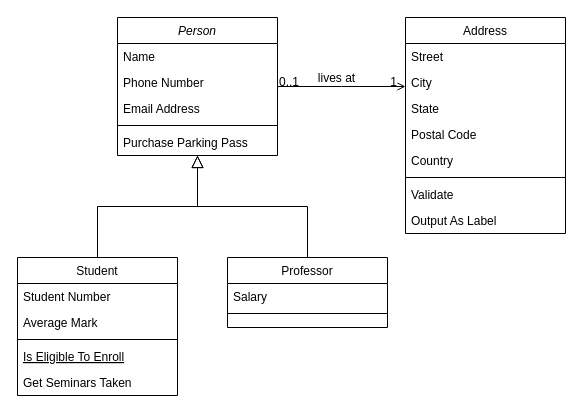
Earlier version of the draw.io diagram Ejercicio 4/Velocidad media_UML.drawio (chiarab22/Elpseudocodigo). Source tidied: cells renumbered, new cells numbered last; positions are measured from the earlier drawing's top-left corner, leaving out a move shared by most shapes. Both pictures are drawn from the tidied source at 100%, with x=0, y=0 at pixel (17, 17).
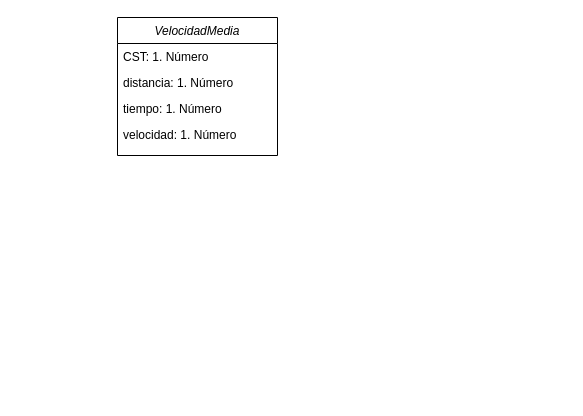
After the change.

Change to the diagram source:
```diff
@@
-    <mxCell id="2" value="Person" style="swimlane;fontStyle=2;align=center;verticalAlign=top;horizontal=1;startSize=26;rounded=0;shadow=0;strokeWidth=1;" parent="1" vertex="1">
+    <mxCell id="2" value="VelocidadMedia" style="swimlane;fontStyle=2;align=center;verticalAlign=top;horizontal=1;startSize=26;rounded=0;shadow=0;strokeWidth=1;" parent="1" vertex="1">
       <mxGeometry x="100" width="160" height="138" as="geometry" />
     </mxCell>
-    <mxCell id="3" value="Name" style="text;align=left;verticalAlign=top;spacingLeft=4;spacingRight=4;overflow=hidden;" parent="2" vertex="1">
+    <mxCell id="3" value="CST: 1. Número " style="text;align=left;verticalAlign=top;spacingLeft=4;spacingRight=4;overflow=hidden;" parent="2" vertex="1">
       <mxGeometry y="26" width="160" height="26" as="geometry" />
     </mxCell>
-    <mxCell id="4" value="Phone Number" style="text;align=left;verticalAlign=top;spacingLeft=4;spacingRight=4;overflow=hidden;rounded=0;shadow=0;html=0;" parent="2" vertex="1">
+    <mxCell id="4" value="distancia: 1. Número" style="text;align=left;verticalAlign=top;spacingLeft=4;spacingRight=4;overflow=hidden;rounded=0;shadow=0;html=0;" parent="2" vertex="1">
       <mxGeometry y="52" width="160" height="26" as="geometry" />
     </mxCell>
-    <mxCell id="5" value="Email Address" style="text;align=left;verticalAlign=top;spacingLeft=4;spacingRight=4;overflow=hidden;rounded=0;shadow=0;html=0;" parent="2" vertex="1">
+    <mxCell id="5" value="tiempo: 1. Número" style="text;align=left;verticalAlign=top;spacingLeft=4;spacingRight=4;overflow=hidden;rounded=0;shadow=0;html=0;" parent="2" vertex="1">
       <mxGeometry y="78" width="160" height="26" as="geometry" />
     </mxCell>
-    <mxCell id="6" style="line;html=1;strokeWidth=1;align=left;verticalAlign=middle;spacingTop=-1;spacingLeft=3;spacingRight=3;labelPosition=right;" parent="2" vertex="1">
-      <mxGeometry y="104" width="160" height="8" as="geometry" />
-    </mxCell>
-    <mxCell id="7" value="Purchase Parking Pass" style="text;align=left;verticalAlign=top;spacingLeft=4;spacingRight=4;overflow=hidden;" parent="2" vertex="1">
-      <mxGeometry y="112" width="160" height="26" as="geometry" />
+    <mxCell id="7" value="velocidad: 1. Número" style="text;align=left;verticalAlign=top;spacingLeft=4;spacingRight=4;overflow=hidden;" parent="2" vertex="1">
+      <mxGeometry y="104" width="160" height="26" as="geometry" />
     </mxCell>
-    <mxCell id="8" value="Student" style="swimlane;fontStyle=0;align=center;verticalAlign=top;horizontal=1;startSize=26;rounded=0;shadow=0;strokeWidth=1;" parent="1" vertex="1">
-      <mxGeometry y="240" width="160" height="138" as="geometry" />
-    </mxCell>
-    <mxCell id="9" value="Student Number" style="text;align=left;verticalAlign=top;spacingLeft=4;spacingRight=4;overflow=hidden;" parent="8" vertex="1">
-      <mxGeometry y="26" width="160" height="26" as="geometry" />
-    </mxCell>
-    <mxCell id="10" value="Average Mark" style="text;align=left;verticalAlign=top;spacingLeft=4;spacingRight=4;overflow=hidden;rounded=0;shadow=0;html=0;" parent="8" vertex="1">
-      <mxGeometry y="52" width="160" height="26" as="geometry" />
-    </mxCell>
-    <mxCell id="11" style="line;html=1;strokeWidth=1;align=left;verticalAlign=middle;spacingTop=-1;spacingLeft=3;spacingRight=3;labelPosition=right;" parent="8" vertex="1">
-      <mxGeometry y="78" width="160" height="8" as="geometry" />
-    </mxCell>
-    <mxCell id="12" value="Is Eligible To Enroll" style="text;align=left;verticalAlign=top;spacingLeft=4;spacingRight=4;overflow=hidden;fontStyle=4;" parent="8" vertex="1">
-      <mxGeometry y="86" width="160" height="26" as="geometry" />
-    </mxCell>
-    <mxCell id="13" value="Get Seminars Taken" style="text;align=left;verticalAlign=top;spacingLeft=4;spacingRight=4;overflow=hidden;" parent="8" vertex="1">
-      <mxGeometry y="112" width="160" height="26" as="geometry" />
-    </mxCell>
-    <mxCell id="14" style="endArrow=block;endSize=10;endFill=0;shadow=0;strokeWidth=1;rounded=0;edgeStyle=elbowEdgeStyle;elbow=vertical;" parent="1" edge="1" source="8" target="2">
-      <mxGeometry relative="1" as="geometry" />
-    </mxCell>
-    <mxCell id="15" value="Professor" style="swimlane;fontStyle=0;align=center;verticalAlign=top;horizontal=1;startSize=26;rounded=0;shadow=0;strokeWidth=1;" parent="1" vertex="1">
-      <mxGeometry x="210" y="240" width="160" height="70" as="geometry" />
-    </mxCell>
-    <mxCell id="16" value="Salary" style="text;align=left;verticalAlign=top;spacingLeft=4;spacingRight=4;overflow=hidden;" parent="15" vertex="1">
-      <mxGeometry y="26" width="160" height="26" as="geometry" />
-    </mxCell>
-    <mxCell id="17" style="line;html=1;strokeWidth=1;align=left;verticalAlign=middle;spacingTop=-1;spacingLeft=3;spacingRight=3;labelPosition=right;" parent="15" vertex="1">
-      <mxGeometry y="52" width="160" height="8" as="geometry" />
-    </mxCell>
-    <mxCell id="18" style="endArrow=block;endSize=10;endFill=0;shadow=0;strokeWidth=1;rounded=0;edgeStyle=elbowEdgeStyle;elbow=vertical;" parent="1" edge="1" source="15" target="2">
-      <mxGeometry relative="1" as="geometry" />
-    </mxCell>
-    <mxCell id="19" value="Address" style="swimlane;fontStyle=0;align=center;verticalAlign=top;horizontal=1;startSize=26;rounded=0;shadow=0;strokeWidth=1;" parent="1" vertex="1">
-      <mxGeometry x="388" width="160" height="216" as="geometry" />
-    </mxCell>
-    <mxCell id="20" value="Street" style="text;align=left;verticalAlign=top;spacingLeft=4;spacingRight=4;overflow=hidden;" parent="19" vertex="1">
-      <mxGeometry y="26" width="160" height="26" as="geometry" />
-    </mxCell>
-    <mxCell id="21" value="City" style="text;align=left;verticalAlign=top;spacingLeft=4;spacingRight=4;overflow=hidden;rounded=0;shadow=0;html=0;" parent="19" vertex="1">
-      <mxGeometry y="52" width="160" height="26" as="geometry" />
-    </mxCell>
-    <mxCell id="22" value="State" style="text;align=left;verticalAlign=top;spacingLeft=4;spacingRight=4;overflow=hidden;rounded=0;shadow=0;html=0;" parent="19" vertex="1">
-      <mxGeometry y="78" width="160" height="26" as="geometry" />
-    </mxCell>
-    <mxCell id="23" value="Postal Code" style="text;align=left;verticalAlign=top;spacingLeft=4;spacingRight=4;overflow=hidden;rounded=0;shadow=0;html=0;" parent="19" vertex="1">
-      <mxGeometry y="104" width="160" height="26" as="geometry" />
-    </mxCell>
-    <mxCell id="24" value="Country" style="text;align=left;verticalAlign=top;spacingLeft=4;spacingRight=4;overflow=hidden;rounded=0;shadow=0;html=0;" parent="19" vertex="1">
-      <mxGeometry y="130" width="160" height="26" as="geometry" />
-    </mxCell>
-    <mxCell id="25" style="line;html=1;strokeWidth=1;align=left;verticalAlign=middle;spacingTop=-1;spacingLeft=3;spacingRight=3;labelPosition=right;" parent="19" vertex="1">
-      <mxGeometry y="156" width="160" height="8" as="geometry" />
-    </mxCell>
-    <mxCell id="26" value="Validate" style="text;align=left;verticalAlign=top;spacingLeft=4;spacingRight=4;overflow=hidden;" parent="19" vertex="1">
-      <mxGeometry y="164" width="160" height="26" as="geometry" />
-    </mxCell>
-    <mxCell id="27" value="Output As Label" style="text;align=left;verticalAlign=top;spacingLeft=4;spacingRight=4;overflow=hidden;" parent="19" vertex="1">
-      <mxGeometry y="190" width="160" height="26" as="geometry" />
-    </mxCell>
-    <mxCell id="28" style="endArrow=open;shadow=0;strokeWidth=1;rounded=0;endFill=1;edgeStyle=elbowEdgeStyle;elbow=vertical;" parent="1" edge="1" source="2" target="19">
-      <mxGeometry x="0.5" y="41" relative="1" as="geometry">
-        <mxPoint x="-40" y="32" as="offset" />
-      </mxGeometry>
-    </mxCell>
-    <mxCell id="29" value="0..1" style="align=left;verticalAlign=bottom;labelBackgroundColor=none;fontSize=12;" parent="28" vertex="1">
-      <mxGeometry x="-1" relative="1" as="geometry">
-        <mxPoint y="4" as="offset" />
-      </mxGeometry>
-    </mxCell>
-    <mxCell id="30" value="1" style="align=right;verticalAlign=bottom;labelBackgroundColor=none;fontSize=12;" parent="28" vertex="1">
-      <mxGeometry x="1" relative="1" as="geometry">
-        <mxPoint x="-7" y="4" as="offset" />
-      </mxGeometry>
-    </mxCell>
-    <mxCell id="31" value="lives at" style="text;html=1;align=center;verticalAlign=middle;labelBackgroundColor=none;rounded=0;shadow=0;strokeWidth=1;fontSize=12;" parent="28" vertex="1">
-      <mxGeometry x="0.5" y="49" relative="1" as="geometry">
-        <mxPoint x="-38" y="40" as="offset" />
-      </mxGeometry>
-    </mxCell>
```
